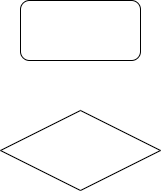
Before: Notebook/test.drawio.png, a diagram exported from draw.io (siwuxei/jupyter). Source tidied: cells renumbered, new cells last; positions are measured from the earlier drawing's top-left corner, leaving out a move shared by most shapes.
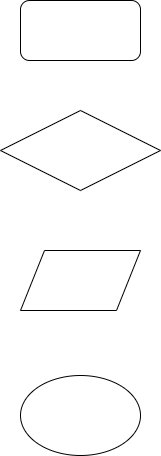
The same file after the commit.

Diff of the diagram source:
```diff
@@ -8,5 +8,11 @@
     <mxCell id="3" style="rhombus;whiteSpace=wrap;html=1;" parent="1" vertex="1">
       <mxGeometry y="110" width="160" height="80" as="geometry" />
     </mxCell>
+    <mxCell id="4" style="shape=parallelogram;perimeter=parallelogramPerimeter;whiteSpace=wrap;html=1;" parent="1" vertex="1">
+      <mxGeometry x="20" y="250" width="120" height="60" as="geometry" />
+    </mxCell>
+    <mxCell id="5" style="ellipse;whiteSpace=wrap;html=1;" parent="1" vertex="1">
+      <mxGeometry x="20" y="375" width="120" height="80" as="geometry" />
+    </mxCell>
   </root>
 </mxGraphModel>
```
